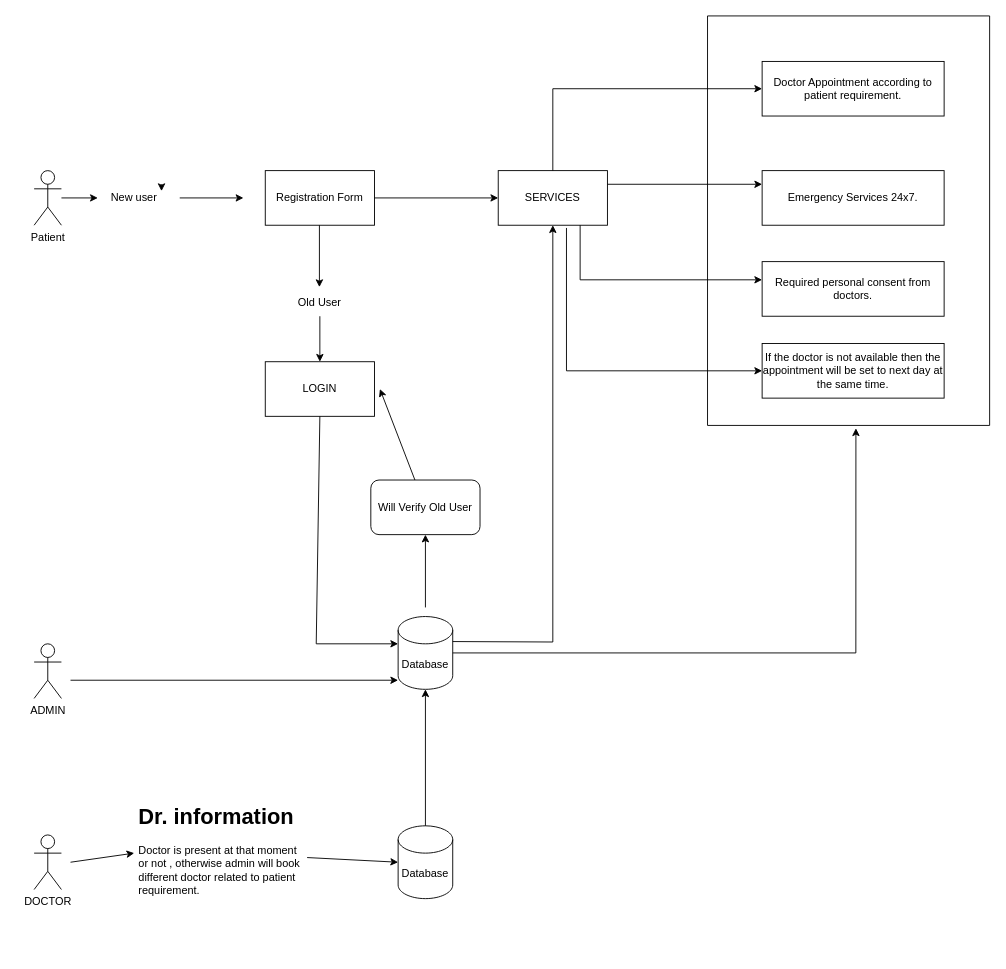
This is Untitled Diagram.drawio from Adityaz23/BLOG, a draw.io file, before an edit. Source tidied: cells renumbered, new cells numbered last; positions are measured from the earlier drawing's top-left corner, leaving out a move shared by most shapes. Both pictures are drawn from the tidied source at 91%, with x=0, y=0 at pixel (34, 15).
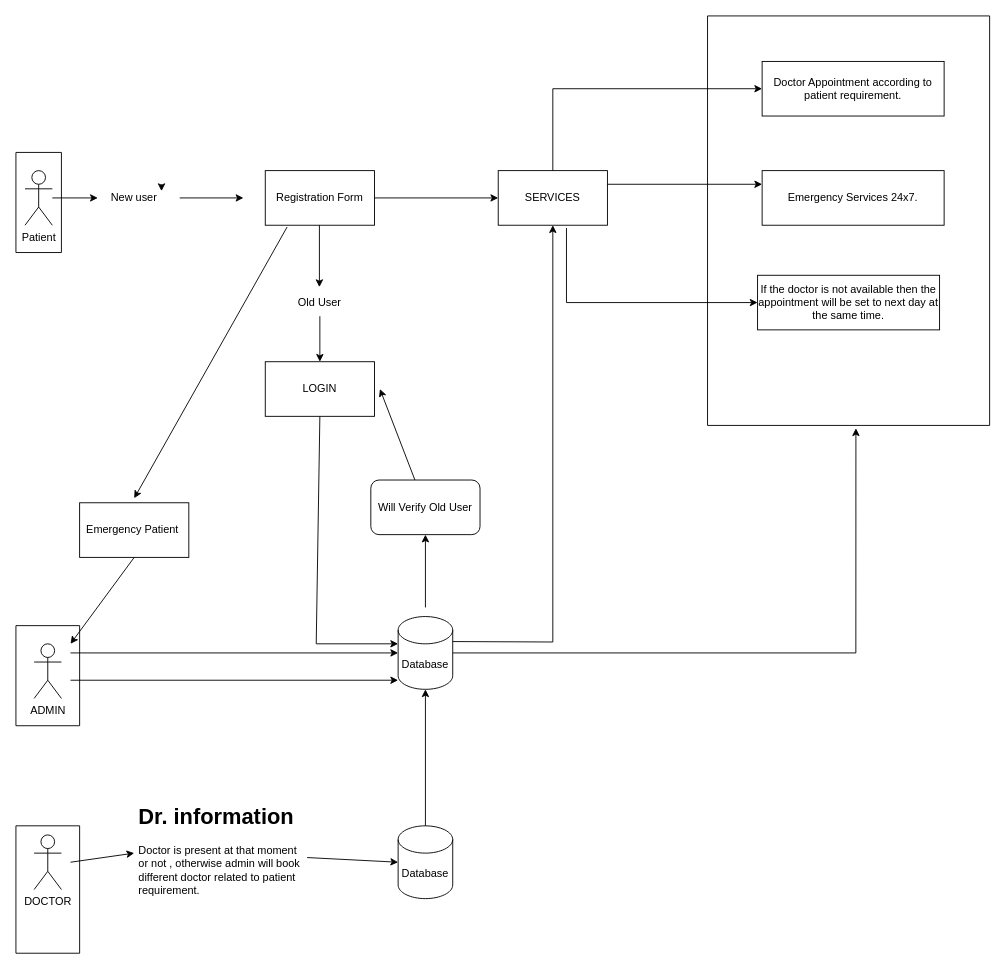
The same diagram, later.

Unchanged cells that the change refers to:
```xml
<mxCell id="8" value="Registration Form" style="rounded=0;whiteSpace=wrap;html=1;" parent="1" vertex="1">
  <mxGeometry x="254" y="170" width="120" height="60" as="geometry" />
</mxCell>
<mxCell id="15" value="Database&lt;br&gt;" style="shape=cylinder3;whiteSpace=wrap;html=1;boundedLbl=1;backgroundOutline=1;size=15;" parent="1" vertex="1">
  <mxGeometry x="400" y="660" width="60" height="80" as="geometry" />
</mxCell>
<mxCell id="19" value="SERVICES" style="rounded=0;whiteSpace=wrap;html=1;" parent="1" vertex="1">
  <mxGeometry x="510" y="170" width="120" height="60" as="geometry" />
</mxCell>
```

The edit, as a diff of the source:
```diff
@@
     <mxCell id="2" value="Patient&lt;br&gt;" style="shape=umlActor;verticalLabelPosition=bottom;verticalAlign=top;html=1;outlineConnect=0;" parent="1" vertex="1">
-      <mxGeometry y="170" width="30" height="60" as="geometry" />
+      <mxGeometry x="-10" y="170" width="30" height="60" as="geometry" />
     </mxCell>
@@
-    <mxCell id="30" style="endArrow=classic;html=1;rounded=0;exitX=0.75;exitY=1;exitDx=0;exitDy=0;" parent="1" edge="1" source="19">
-      <mxGeometry relative="1" as="geometry">
-        <mxPoint x="800" y="290" as="targetPoint" />
-        <Array as="points">
-          <mxPoint x="600" y="290" />
-        </Array>
-      </mxGeometry>
-    </mxCell>
-    <mxCell id="31" value="Required personal consent from doctors." style="rounded=0;whiteSpace=wrap;html=1;" parent="1" vertex="1">
-      <mxGeometry x="800" y="270" width="200" height="60" as="geometry" />
-    </mxCell>
@@
-    <mxCell id="34" style="endArrow=classic;html=1;rounded=0;exitX=0.625;exitY=1.05;exitDx=0;exitDy=0;exitPerimeter=0;" parent="1" edge="1" source="19">
+    <mxCell id="34" style="endArrow=classic;html=1;rounded=0;exitX=0.625;exitY=1.05;exitDx=0;exitDy=0;exitPerimeter=0;entryX=0;entryY=0.5;entryDx=0;entryDy=0;" parent="1" edge="1" source="19" target="35">
       <mxGeometry relative="1" as="geometry">
-        <mxPoint x="800" y="390" as="targetPoint" />
         <Array as="points">
-          <mxPoint x="585" y="390" />
+          <mxPoint x="585" y="315" />
         </Array>
       </mxGeometry>
     </mxCell>
+    <mxCell id="36" style="swimlane;startSize=0;" parent="1" vertex="1">
+      <mxGeometry x="740" width="310" height="450" as="geometry" />
+    </mxCell>
-    <mxCell id="35" value="If the doctor is not available then the appointment will be set to next day at the same time." style="rounded=0;whiteSpace=wrap;html=1;" parent="1" vertex="1">
-      <mxGeometry x="800" y="360" width="200" height="60" as="geometry" />
+    <mxCell id="35" value="If the doctor is not available then the appointment will be set to next day at the same time." style="rounded=0;whiteSpace=wrap;html=1;" parent="36" vertex="1">
+      <mxGeometry x="55" y="285" width="200" height="60" as="geometry" />
     </mxCell>
-    <mxCell id="36" style="swimlane;startSize=0;" parent="1" vertex="1">
-      <mxGeometry x="740" width="310" height="450" as="geometry" />
-    </mxCell>
@@
+    <mxCell id="38" style="endArrow=classic;html=1;rounded=0;exitX=0.2;exitY=1.033;exitDx=0;exitDy=0;exitPerimeter=0;" parent="1" edge="1" source="8">
+      <mxGeometry relative="1" as="geometry">
+        <mxPoint x="110" y="530" as="targetPoint" />
+      </mxGeometry>
+    </mxCell>
+    <mxCell id="39" value="Emergency Patient&amp;nbsp;" style="rounded=0;whiteSpace=wrap;html=1;" parent="1" vertex="1">
+      <mxGeometry x="50" y="535" width="120" height="60" as="geometry" />
+    </mxCell>
+    <mxCell id="40" style="endArrow=classic;html=1;rounded=0;exitX=0.5;exitY=1;exitDx=0;exitDy=0;" parent="1" edge="1" source="39">
+      <mxGeometry relative="1" as="geometry">
+        <mxPoint x="40" y="690" as="targetPoint" />
+      </mxGeometry>
+    </mxCell>
+    <mxCell id="41" style="endArrow=classic;html=1;rounded=0;entryX=0;entryY=0.5;entryDx=0;entryDy=0;entryPerimeter=0;" parent="1" edge="1" target="15">
+      <mxGeometry relative="1" as="geometry">
+        <mxPoint x="40" y="700" as="sourcePoint" />
+      </mxGeometry>
+    </mxCell>
+    <mxCell id="42" style="swimlane;startSize=0;" parent="1" vertex="1">
+      <mxGeometry x="-20" y="150" width="50" height="110" as="geometry" />
+    </mxCell>
+    <mxCell id="43" style="swimlane;startSize=0;" parent="1" vertex="1">
+      <mxGeometry x="-20" y="670" width="70" height="110" as="geometry" />
+    </mxCell>
+    <mxCell id="44" style="swimlane;startSize=0;" parent="1" vertex="1">
+      <mxGeometry x="-20" y="890" width="70" height="140" as="geometry" />
+    </mxCell>
```
